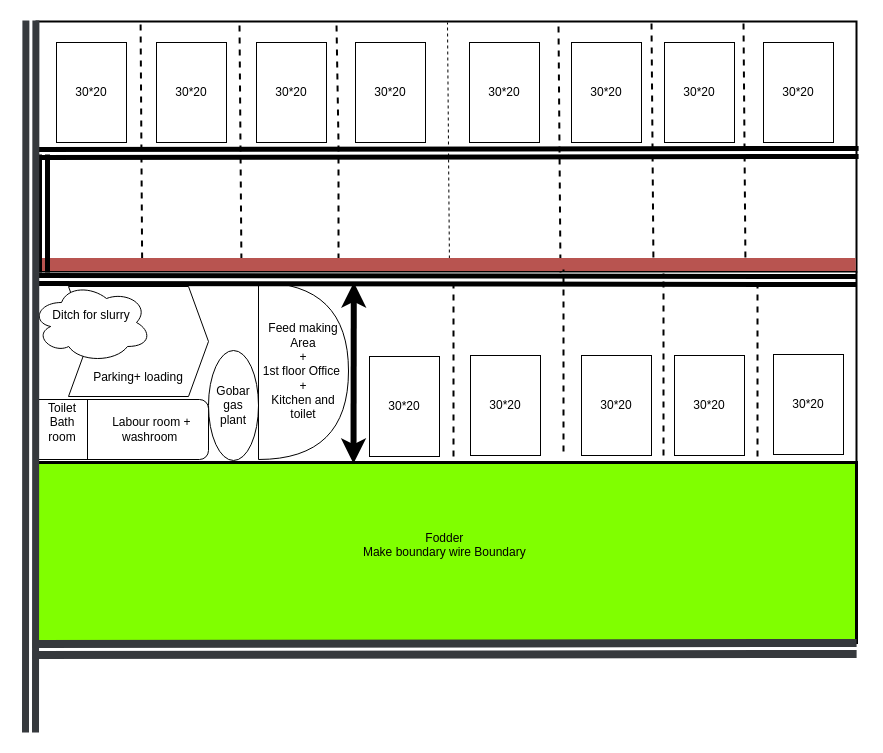
Before: Untitled Diagram.drawio in Shashankshasha/Git-Docker-Tools, a draw.io diagram. Source tidied: cells renumbered, new cells numbered last; positions are measured from the earlier drawing's top-left corner, leaving out a move shared by most shapes. Both pictures are drawn from the tidied source at 100%, with x=0, y=0 at pixel (30, 20).
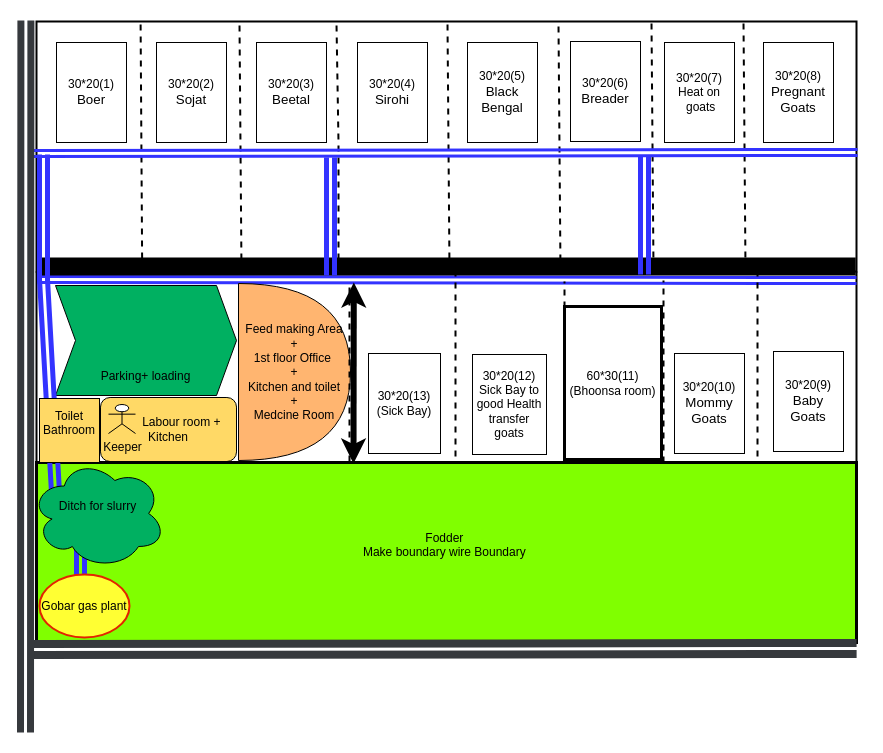
The same diagram, later.

Diff of the diagram source:
```diff
@@
-    <mxCell id="6" value="30*20" style="rounded=0;whiteSpace=wrap;html=1;" parent="1" vertex="1">
+    <mxCell id="6" value="30*20(1)&lt;div&gt;&lt;span style=&quot;text-align: start; font-size: 10pt; font-family: Arial;&quot;&gt;Boer&lt;/span&gt;&lt;br&gt;&lt;/div&gt;" style="rounded=0;whiteSpace=wrap;html=1;" parent="1" vertex="1">
       <mxGeometry x="26" y="22" width="70" height="100" as="geometry" />
     </mxCell>
@@
-    <mxCell id="8" value="30*20" style="rounded=0;whiteSpace=wrap;html=1;" parent="1" vertex="1">
-      <mxGeometry x="439" y="22" width="70" height="100" as="geometry" />
+    <mxCell id="8" value="30*20(5)&lt;div&gt;&lt;span style=&quot;text-align: start; font-size: 10pt; font-family: Arial;&quot;&gt;Black Bengal&lt;/span&gt;&lt;br&gt;&lt;/div&gt;" style="rounded=0;whiteSpace=wrap;html=1;" parent="1" vertex="1">
+      <mxGeometry x="437" y="22" width="70" height="100" as="geometry" />
     </mxCell>
-    <mxCell id="9" value="30*20" style="rounded=0;whiteSpace=wrap;html=1;" parent="1" vertex="1">
-      <mxGeometry x="325" y="22" width="70" height="100" as="geometry" />
+    <mxCell id="9" value="30*20(4)&lt;div&gt;&lt;span style=&quot;text-align: start; font-size: 10pt; font-family: Arial;&quot;&gt;Sirohi&lt;/span&gt;&lt;br&gt;&lt;/div&gt;" style="rounded=0;whiteSpace=wrap;html=1;" parent="1" vertex="1">
+      <mxGeometry x="327" y="22" width="70" height="100" as="geometry" />
     </mxCell>
-    <mxCell id="10" value="30*20" style="rounded=0;whiteSpace=wrap;html=1;" parent="1" vertex="1">
+    <mxCell id="10" value="30*20(3)&lt;div&gt;&lt;span style=&quot;text-align: start; font-size: 10pt; font-family: Arial;&quot;&gt;Beetal&lt;/span&gt;&lt;br&gt;&lt;/div&gt;" style="rounded=0;whiteSpace=wrap;html=1;" parent="1" vertex="1">
       <mxGeometry x="226" y="22" width="70" height="100" as="geometry" />
     </mxCell>
-    <mxCell id="11" value="30*20" style="rounded=0;whiteSpace=wrap;html=1;" parent="1" vertex="1">
+    <mxCell id="11" value="30*20(2)&lt;div&gt;&lt;span style=&quot;text-align: start; font-size: 10pt; font-family: Arial;&quot;&gt;Sojat&lt;/span&gt;&lt;br&gt;&lt;/div&gt;" style="rounded=0;whiteSpace=wrap;html=1;" parent="1" vertex="1">
       <mxGeometry x="126" y="22" width="70" height="100" as="geometry" />
     </mxCell>
-    <mxCell id="12" value="30*20" style="rounded=0;whiteSpace=wrap;html=1;" parent="1" vertex="1">
+    <mxCell id="12" value="30*20(8)&lt;div&gt;&lt;span style=&quot;font-family: Arial; font-size: 13.333333px; text-align: start;&quot;&gt;Pregnant Goats&lt;/span&gt;&lt;br&gt;&lt;/div&gt;" style="rounded=0;whiteSpace=wrap;html=1;" parent="1" vertex="1">
       <mxGeometry x="733" y="22" width="70" height="100" as="geometry" />
     </mxCell>
-    <mxCell id="13" value="30*20" style="rounded=0;whiteSpace=wrap;html=1;" parent="1" vertex="1">
+    <mxCell id="13" value="30*20(7)&lt;div&gt;Heat on &amp;nbsp;goats&lt;/div&gt;" style="rounded=0;whiteSpace=wrap;html=1;" parent="1" vertex="1">
       <mxGeometry x="634" y="22" width="70" height="100" as="geometry" />
     </mxCell>
-    <mxCell id="14" value="30*20" style="rounded=0;whiteSpace=wrap;html=1;" parent="1" vertex="1">
-      <mxGeometry x="541" y="22" width="70" height="100" as="geometry" />
+    <mxCell id="14" value="30*20(6)&lt;div&gt;&lt;span style=&quot;text-align: start; font-size: 10pt; font-family: Arial;&quot;&gt;Breader&lt;/span&gt;&lt;br&gt;&lt;/div&gt;" style="rounded=0;whiteSpace=wrap;html=1;" parent="1" vertex="1">
+      <mxGeometry x="540" y="21" width="70" height="100" as="geometry" />
     </mxCell>
-    <mxCell id="15" style="endArrow=none;dashed=1;html=1;rounded=0;entryX=0.133;entryY=0.004;entryDx=0;entryDy=0;entryPerimeter=0;exitX=0.135;exitY=0.996;exitDx=0;exitDy=0;exitPerimeter=0;" parent="1" edge="1">
+    <mxCell id="15" style="endArrow=none;dashed=1;html=1;rounded=0;entryX=0.133;entryY=0.004;entryDx=0;entryDy=0;entryPerimeter=0;exitX=0.135;exitY=0.996;exitDx=0;exitDy=0;exitPerimeter=0;strokeWidth=2;" parent="1" edge="1">
       <mxGeometry relative="1" as="geometry">
         <mxPoint x="419" y="250" as="sourcePoint" />
         <mxPoint x="417" y="2" as="targetPoint" />
       </mxGeometry>
     </mxCell>
@@
-    <mxCell id="21" style="endArrow=none;html=1;rounded=0;entryX=0.999;entryY=0.94;entryDx=0;entryDy=0;entryPerimeter=0;curved=1;fillColor=#f8cecc;strokeColor=#b85450;strokeWidth=13;" parent="1" edge="1">
-      <mxGeometry relative="1" as="geometry">
-        <mxPoint x="8" y="244" as="sourcePoint" />
-        <mxPoint x="825.2" y="244" as="targetPoint" />
-        <Array as="points">
-          <mxPoint x="58" y="244" />
-        </Array>
-      </mxGeometry>
-    </mxCell>
-    <mxCell id="22" style="shape=link;html=1;rounded=0;entryX=1.005;entryY=0.56;entryDx=0;entryDy=0;entryPerimeter=0;strokeWidth=5;strokeColor=default;" parent="1" edge="1">
+    <mxCell id="22" style="shape=link;html=1;rounded=0;entryX=1.005;entryY=0.56;entryDx=0;entryDy=0;entryPerimeter=0;strokeWidth=3;strokeColor=light-dark(#3333FF,#FFFFFF);" parent="1" edge="1">
       <mxGeometry relative="1" as="geometry">
-        <mxPoint x="4" y="133" as="sourcePoint" />
-        <mxPoint x="828.1" y="132" as="targetPoint" />
+        <mxPoint x="3" y="133" as="sourcePoint" />
+        <mxPoint x="827.1" y="132" as="targetPoint" />
       </mxGeometry>
     </mxCell>
-    <mxCell id="23" value="&lt;span style=&quot;white-space: pre;&quot;&gt;&#9;&lt;/span&gt;Labour room + &lt;span style=&quot;white-space: pre;&quot;&gt;&#9;&lt;/span&gt;washroom&amp;nbsp;" style="rounded=1;whiteSpace=wrap;html=1;" parent="1" vertex="1">
-      <mxGeometry x="38" y="379" width="140" height="60" as="geometry" />
+    <mxCell id="23" value="&lt;span style=&quot;white-space: pre;&quot;&gt;&#9;&lt;/span&gt;Labour room + Kitchen" style="rounded=1;whiteSpace=wrap;html=1;fillColor=light-dark(#FFD966,var(--ge-dark-color, #121212));" parent="1" vertex="1">
+      <mxGeometry x="70" y="377" width="136" height="64" as="geometry" />
     </mxCell>
-    <mxCell id="24" style="endArrow=classic;startArrow=classic;html=1;rounded=0;entryX=0.293;entryY=1.02;entryDx=0;entryDy=0;entryPerimeter=0;strokeWidth=6;strokeColor=light-dark(#000000,#FFFFFF);" parent="1" edge="1">
-      <mxGeometry relative="1" as="geometry">
-        <mxPoint x="323" y="443" as="sourcePoint" />
-        <mxPoint x="323.3" y="262" as="targetPoint" />
-      </mxGeometry>
-    </mxCell>
-    <mxCell id="25" style="shape=link;html=1;rounded=0;strokeWidth=5;" parent="1" edge="1">
-      <mxGeometry relative="1" as="geometry">
-        <mxPoint x="13" y="134" as="sourcePoint" />
-        <mxPoint x="13" y="252" as="targetPoint" />
-      </mxGeometry>
-    </mxCell>
-    <mxCell id="26" value="&lt;div&gt;&lt;br&gt;&lt;/div&gt;&lt;div&gt;&lt;br&gt;&lt;/div&gt;&lt;div&gt;&lt;br&gt;&lt;/div&gt;&lt;div&gt;&lt;br&gt;&lt;/div&gt;&lt;div&gt;&lt;br&gt;&lt;/div&gt;&lt;div&gt;&lt;br&gt;&lt;/div&gt;&lt;div&gt;Parking+ loading&lt;/div&gt;&lt;div&gt;&lt;br&gt;&lt;/div&gt;" style="shape=step;perimeter=stepPerimeter;whiteSpace=wrap;html=1;fixedSize=1;" parent="1" vertex="1">
-      <mxGeometry x="38" y="266" width="140" height="110" as="geometry" />
+    <mxCell id="26" value="&lt;div&gt;&lt;br&gt;&lt;/div&gt;&lt;div&gt;&lt;br&gt;&lt;/div&gt;&lt;div&gt;&lt;br&gt;&lt;/div&gt;&lt;div&gt;&lt;br&gt;&lt;/div&gt;&lt;div&gt;&lt;br&gt;&lt;/div&gt;&lt;div&gt;&lt;br&gt;&lt;/div&gt;&lt;div&gt;Parking+ loading&lt;/div&gt;&lt;div&gt;&lt;br&gt;&lt;/div&gt;" style="shape=step;perimeter=stepPerimeter;whiteSpace=wrap;html=1;fixedSize=1;fillColor=light-dark(#00B061,var(--ge-dark-color, #121212));" parent="1" vertex="1">
+      <mxGeometry x="25" y="265" width="181" height="110" as="geometry" />
     </mxCell>
-    <mxCell id="27" value="Gobar gas plant" style="ellipse;whiteSpace=wrap;html=1;" parent="1" vertex="1">
-      <mxGeometry x="178" y="330" width="50" height="110" as="geometry" />
-    </mxCell>
-    <mxCell id="28" value="Feed making Area&lt;div&gt;+&lt;/div&gt;&lt;div&gt;1st floor Office&amp;nbsp;&lt;/div&gt;&lt;div&gt;+&lt;/div&gt;&lt;div&gt;Kitchen and toilet&lt;/div&gt;" style="shape=or;whiteSpace=wrap;html=1;" parent="1" vertex="1">
-      <mxGeometry x="228" y="262" width="90" height="177" as="geometry" />
-    </mxCell>
-    <mxCell id="29" style="shape=link;html=1;rounded=0;strokeWidth=5;" parent="1" edge="1">
+    <mxCell id="29" style="shape=link;html=1;rounded=0;strokeWidth=3;strokeColor=light-dark(#3333FF,#FFFFFF);" parent="1" edge="1">
       <mxGeometry relative="1" as="geometry">
         <mxPoint x="7" y="259" as="sourcePoint" />
         <mxPoint x="826" y="260" as="targetPoint" />
       </mxGeometry>
     </mxCell>
-    <mxCell id="30" value="Ditch for slurry&lt;div&gt;&lt;br&gt;&lt;/div&gt;" style="ellipse;shape=cloud;whiteSpace=wrap;html=1;" parent="1" vertex="1">
-      <mxGeometry x="1" y="262" width="120" height="80" as="geometry" />
-    </mxCell>
@@
-    <mxCell id="32" value="Toilet Bath&lt;div&gt;room&lt;div&gt;&lt;br&gt;&lt;/div&gt;&lt;/div&gt;" style="rounded=0;whiteSpace=wrap;html=1;" parent="1" vertex="1">
-      <mxGeometry x="7" y="379" width="50" height="60" as="geometry" />
-    </mxCell>
-    <mxCell id="33" value="30*20" style="rounded=0;whiteSpace=wrap;html=1;" parent="1" vertex="1">
-      <mxGeometry x="440" y="335" width="70" height="100" as="geometry" />
+    <mxCell id="33" value="60*30(11)&lt;div&gt;(Bhoonsa room)&lt;/div&gt;" style="rounded=0;whiteSpace=wrap;html=1;strokeWidth=3;" parent="1" vertex="1">
+      <mxGeometry x="534" y="286" width="97" height="153" as="geometry" />
     </mxCell>
-    <mxCell id="34" value="30*20" style="rounded=0;whiteSpace=wrap;html=1;" parent="1" vertex="1">
-      <mxGeometry x="743" y="334" width="70" height="100" as="geometry" />
+    <mxCell id="34" value="&lt;div&gt;30*20(9)&lt;div&gt;&lt;span style=&quot;text-align: start; font-size: 10pt; font-family: Arial;&quot;&gt;Baby Goats&lt;/span&gt;&lt;/div&gt;&lt;/div&gt;" style="rounded=0;whiteSpace=wrap;html=1;" parent="1" vertex="1">
+      <mxGeometry x="743" y="331" width="70" height="100" as="geometry" />
     </mxCell>
-    <mxCell id="35" value="30*20" style="rounded=0;whiteSpace=wrap;html=1;" parent="1" vertex="1">
-      <mxGeometry x="644" y="335" width="70" height="100" as="geometry" />
+    <mxCell id="35" value="&lt;span style=&quot;caret-color: rgb(0, 0, 0); color: rgb(0, 0, 0); font-family: Helvetica; font-size: 12px; font-style: normal; font-variant-caps: normal; font-weight: 400; letter-spacing: normal; text-align: center; text-indent: 0px; text-transform: none; white-space: normal; word-spacing: 0px; -webkit-text-stroke-width: 0px; background-color: rgb(251, 251, 251); text-decoration: none; float: none; display: inline !important;&quot;&gt;30*20(10)&lt;/span&gt;&lt;div style=&quot;caret-color: rgb(0, 0, 0); color: rgb(0, 0, 0); font-family: Helvetica; font-size: 12px; font-style: normal; font-variant-caps: normal; font-weight: 400; letter-spacing: normal; text-align: center; text-indent: 0px; text-transform: none; white-space: normal; word-spacing: 0px; -webkit-text-stroke-width: 0px; text-decoration: none;&quot;&gt;&lt;span style=&quot;text-align: start; font-size: 10pt; font-family: Arial;&quot;&gt;Mommy&lt;/span&gt;&lt;/div&gt;&lt;div style=&quot;caret-color: rgb(0, 0, 0); color: rgb(0, 0, 0); font-family: Helvetica; font-size: 12px; font-style: normal; font-variant-caps: normal; font-weight: 400; letter-spacing: normal; text-align: center; text-indent: 0px; text-transform: none; white-space: normal; word-spacing: 0px; -webkit-text-stroke-width: 0px; text-decoration: none;&quot;&gt;&lt;span style=&quot;text-align: start; font-size: 10pt; font-family: Arial;&quot;&gt;&amp;nbsp;Goats&amp;nbsp;&lt;/span&gt;&lt;/div&gt;" style="rounded=0;whiteSpace=wrap;html=1;" parent="1" vertex="1">
+      <mxGeometry x="644" y="333" width="70" height="100" as="geometry" />
     </mxCell>
-    <mxCell id="36" value="30*20" style="rounded=0;whiteSpace=wrap;html=1;" parent="1" vertex="1">
-      <mxGeometry x="551" y="335" width="70" height="100" as="geometry" />
+    <mxCell id="36" value="30*20(12)&lt;div&gt;Sick Bay to good Health transfer goats&lt;/div&gt;" style="rounded=0;whiteSpace=wrap;html=1;" parent="1" vertex="1">
+      <mxGeometry x="442" y="334" width="74" height="100" as="geometry" />
     </mxCell>
     <mxCell id="37" style="endArrow=none;dashed=1;html=1;rounded=0;exitX=0.135;exitY=0.996;exitDx=0;exitDy=0;exitPerimeter=0;strokeWidth=2;" parent="1" edge="1">
       <mxGeometry relative="1" as="geometry">
-        <mxPoint x="633" y="435" as="sourcePoint" />
-        <mxPoint x="633" y="253" as="targetPoint" />
+        <mxPoint x="633" y="442" as="sourcePoint" />
+        <mxPoint x="633" y="260" as="targetPoint" />
       </mxGeometry>
     </mxCell>
     <mxCell id="38" style="endArrow=none;dashed=1;html=1;rounded=0;exitX=0.135;exitY=0.996;exitDx=0;exitDy=0;exitPerimeter=0;strokeWidth=2;" parent="1" edge="1">
       <mxGeometry relative="1" as="geometry">
-        <mxPoint x="423" y="436" as="sourcePoint" />
-        <mxPoint x="423" y="254" as="targetPoint" />
+        <mxPoint x="425" y="436" as="sourcePoint" />
+        <mxPoint x="425" y="254" as="targetPoint" />
       </mxGeometry>
     </mxCell>
     <mxCell id="39" style="endArrow=none;dashed=1;html=1;rounded=0;exitX=0.135;exitY=0.996;exitDx=0;exitDy=0;exitPerimeter=0;strokeWidth=2;" parent="1" edge="1">
       <mxGeometry relative="1" as="geometry">
-        <mxPoint x="533" y="431" as="sourcePoint" />
-        <mxPoint x="533" y="249" as="targetPoint" />
+        <mxPoint x="534" y="443" as="sourcePoint" />
+        <mxPoint x="534" y="261" as="targetPoint" />
       </mxGeometry>
     </mxCell>
@@
-    <mxCell id="41" value="30*20" style="rounded=0;whiteSpace=wrap;html=1;" parent="1" vertex="1">
-      <mxGeometry x="339" y="336" width="70" height="100" as="geometry" />
+    <mxCell id="41" value="30*20(13)&lt;div&gt;(Sick Bay)&lt;/div&gt;" style="rounded=0;whiteSpace=wrap;html=1;" parent="1" vertex="1">
+      <mxGeometry x="338" y="333" width="72" height="100" as="geometry" />
     </mxCell>
@@
     <mxCell id="43" style="shape=link;html=1;rounded=0;entryX=0.009;entryY=0.012;entryDx=0;entryDy=0;entryPerimeter=0;strokeWidth=7;strokeColor=#36393d;fillColor=#ffff88;" parent="1" edge="1">
       <mxGeometry relative="1" as="geometry">
-        <mxPoint y="712" as="sourcePoint" />
-        <mxPoint x="0.4" as="targetPoint" />
+        <mxPoint x="-5" y="712" as="sourcePoint" />
+        <mxPoint x="-4.6" as="targetPoint" />
       </mxGeometry>
     </mxCell>
+    <mxCell id="44" style="endArrow=none;html=1;rounded=0;entryX=0.999;entryY=0.94;entryDx=0;entryDy=0;entryPerimeter=0;curved=1;fillColor=#f8cecc;strokeColor=light-dark(#000000, #d7817e);strokeWidth=18;" parent="1" edge="1">
+      <mxGeometry relative="1" as="geometry">
+        <mxPoint x="8" y="246" as="sourcePoint" />
+        <mxPoint x="825.2" y="246" as="targetPoint" />
+        <Array as="points">
+          <mxPoint x="58" y="246" />
+        </Array>
+      </mxGeometry>
+    </mxCell>
+    <mxCell id="45" value="Keeper" style="shape=umlActor;verticalLabelPosition=bottom;verticalAlign=top;html=1;" parent="1" vertex="1">
+      <mxGeometry x="78" y="384" width="27" height="29" as="geometry" />
+    </mxCell>
+    <mxCell id="28" value="Feed making Area&lt;div&gt;+&lt;/div&gt;&lt;div&gt;1st floor Office&amp;nbsp;&lt;/div&gt;&lt;div&gt;+&lt;/div&gt;&lt;div&gt;Kitchen and toilet&lt;/div&gt;&lt;div&gt;+&lt;/div&gt;&lt;div&gt;Medcine Room&lt;/div&gt;" style="shape=or;whiteSpace=wrap;html=1;fillColor=light-dark(#FFB570,var(--ge-dark-color, #121212));" parent="1" vertex="1">
+      <mxGeometry x="208" y="263" width="112" height="177" as="geometry" />
+    </mxCell>
+    <mxCell id="46" style="endArrow=none;dashed=1;html=1;rounded=0;exitX=0.135;exitY=0.996;exitDx=0;exitDy=0;exitPerimeter=0;strokeWidth=2;" parent="1" edge="1">
+      <mxGeometry relative="1" as="geometry">
+        <mxPoint x="319" y="441" as="sourcePoint" />
+        <mxPoint x="319" y="262" as="targetPoint" />
+        <Array as="points">
+          <mxPoint x="319" y="312" />
+        </Array>
+      </mxGeometry>
+    </mxCell>
+    <mxCell id="24" style="endArrow=classic;startArrow=classic;html=1;rounded=0;entryX=0.293;entryY=1.02;entryDx=0;entryDy=0;entryPerimeter=0;strokeWidth=6;strokeColor=light-dark(#000000,#FFFFFF);" parent="1" edge="1">
+      <mxGeometry relative="1" as="geometry">
+        <mxPoint x="323" y="443" as="sourcePoint" />
+        <mxPoint x="323.3" y="262" as="targetPoint" />
+      </mxGeometry>
+    </mxCell>
+    <mxCell id="25" style="shape=link;html=1;rounded=0;strokeWidth=5;strokeColor=light-dark(#3333FF,#FFFFFF);" parent="1" edge="1">
+      <mxGeometry relative="1" as="geometry">
+        <mxPoint x="13" y="134" as="sourcePoint" />
+        <mxPoint x="13" y="262" as="targetPoint" />
+      </mxGeometry>
+    </mxCell>
+    <mxCell id="47" style="shape=link;html=1;rounded=0;strokeWidth=5;strokeColor=light-dark(#3333FF,#FFFFFF);" parent="1" edge="1">
+      <mxGeometry relative="1" as="geometry">
+        <mxPoint x="300" y="137" as="sourcePoint" />
+        <mxPoint x="300" y="255" as="targetPoint" />
+      </mxGeometry>
+    </mxCell>
+    <mxCell id="48" style="shape=link;html=1;rounded=0;strokeWidth=5;strokeColor=light-dark(#3333FF,#FFFFFF);" parent="1" edge="1">
+      <mxGeometry relative="1" as="geometry">
+        <mxPoint x="614" y="135" as="sourcePoint" />
+        <mxPoint x="614" y="254" as="targetPoint" />
+      </mxGeometry>
+    </mxCell>
+    <mxCell id="49" style="shape=link;html=1;rounded=0;strokeWidth=5;strokeColor=light-dark(#3333FF,#FFFFFF);entryX=0.25;entryY=0.25;entryDx=0;entryDy=0;entryPerimeter=0;" parent="1" edge="1">
+      <mxGeometry relative="1" as="geometry">
+        <mxPoint x="13" y="259" as="sourcePoint" />
+        <mxPoint x="24.8" y="468.5" as="targetPoint" />
+      </mxGeometry>
+    </mxCell>
+    <mxCell id="50" style="shape=link;html=1;rounded=0;strokeWidth=5;strokeColor=light-dark(#3333FF,#FFFFFF);" parent="1" edge="1">
+      <mxGeometry relative="1" as="geometry">
+        <mxPoint x="50" y="457" as="sourcePoint" />
+        <mxPoint x="50" y="575" as="targetPoint" />
+      </mxGeometry>
+    </mxCell>
+    <mxCell id="32" value="Toilet Bathroom&lt;div&gt;&lt;div&gt;&lt;br&gt;&lt;/div&gt;&lt;/div&gt;" style="rounded=0;whiteSpace=wrap;html=1;fillColor=light-dark(#FFD966,var(--ge-dark-color, #121212));" parent="1" vertex="1">
+      <mxGeometry x="9" y="378" width="60" height="64" as="geometry" />
+    </mxCell>
+    <mxCell id="30" value="Ditch for slurry&lt;div&gt;&lt;br&gt;&lt;/div&gt;" style="ellipse;shape=cloud;whiteSpace=wrap;html=1;fillColor=light-dark(#00B061,var(--ge-dark-color, #121212));" parent="1" vertex="1">
+      <mxGeometry y="438" width="135" height="110" as="geometry" />
+    </mxCell>
+    <mxCell id="27" value="Gobar gas plant" style="ellipse;whiteSpace=wrap;html=1;strokeColor=light-dark(#e32400, #EDEDED);fillColor=light-dark(#FFFF33,var(--ge-dark-color, #121212));strokeWidth=2;" parent="1" vertex="1">
+      <mxGeometry x="9" y="554" width="90" height="63" as="geometry" />
+    </mxCell>
```
